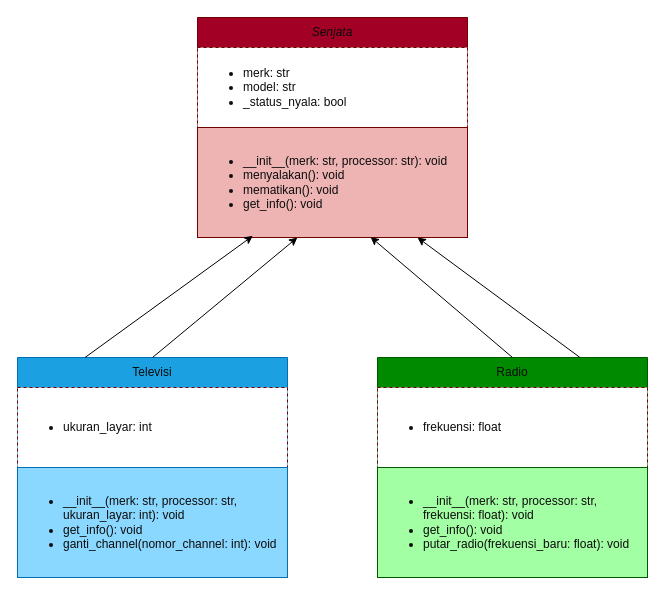
The draw.io diagram Jobsheet_6.drawio in ImNotDanish05/2025_PBO_TI-1A, before the edit. Source tidied: cells renumbered, new cells numbered last; positions are measured from the earlier drawing's top-left corner, leaving out a move shared by most shapes. Both pictures are drawn from the tidied source at 100%, with x=0, y=0 at pixel (17, 17).
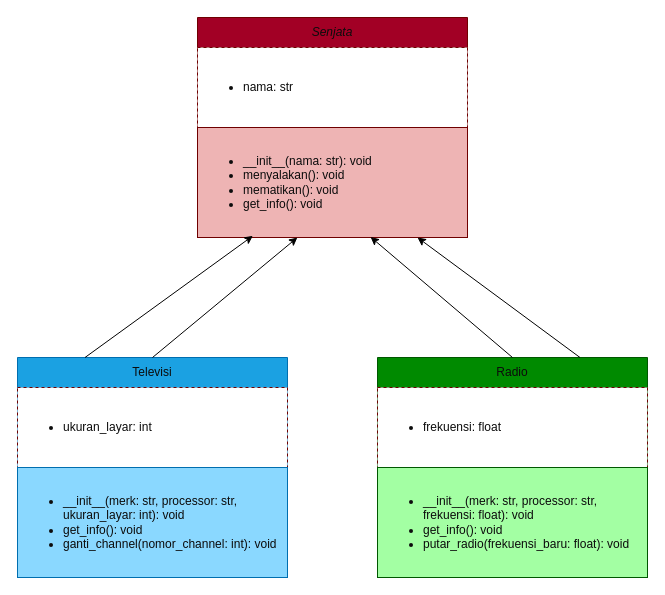
After the change.

The edit, as a diff of the source:
```diff
@@
 <mxGraphModel>
   <root>
     <mxCell id="0" />
     <mxCell id="1" parent="0" />
     <mxCell id="2" value="&lt;i&gt;Senjata&lt;/i&gt;" style="swimlane;fontStyle=0;horizontal=1;startSize=30;whiteSpace=wrap;html=1;fillColor=#a20025;fontColor=light-dark(#0C0C0C,#0C0C0C);strokeColor=#6F0000;" parent="1" vertex="1">
       <mxGeometry x="180" width="270" height="220" as="geometry" />
     </mxCell>
-    <mxCell id="3" value="&lt;ul&gt;&lt;li&gt;&lt;font style=&quot;&quot;&gt;merk: str&lt;/font&gt;&lt;/li&gt;&lt;li&gt;model: str&lt;/li&gt;&lt;li&gt;_status_nyala: bool&lt;/li&gt;&lt;/ul&gt;" style="text;strokeColor=#6F0000;fillColor=light-dark(#FFFFFF,#FFFFFF);align=left;verticalAlign=middle;spacingLeft=4;spacingRight=4;overflow=hidden;whiteSpace=wrap;html=1;fontColor=light-dark(#0C0C0C,#0C0C0C);fillStyle=auto;dashed=1;gradientColor=none;" parent="2" vertex="1">
+    <mxCell id="3" value="&lt;ul&gt;&lt;li&gt;nama: str&lt;/li&gt;&lt;/ul&gt;" style="text;strokeColor=#6F0000;fillColor=light-dark(#FFFFFF,#FFFFFF);align=left;verticalAlign=middle;spacingLeft=4;spacingRight=4;overflow=hidden;whiteSpace=wrap;html=1;fontColor=light-dark(#0C0C0C,#0C0C0C);fillStyle=auto;dashed=1;gradientColor=none;" parent="2" vertex="1">
       <mxGeometry y="30" width="270" height="80" as="geometry" />
     </mxCell>
-    <mxCell id="4" value="&lt;ul&gt;&lt;li&gt;__init__(merk: str, processor: str): void&lt;/li&gt;&lt;li&gt;menyalakan(): void&lt;/li&gt;&lt;li&gt;mematikan(): void&lt;/li&gt;&lt;li&gt;get_info(): void&lt;/li&gt;&lt;/ul&gt;" style="text;strokeColor=#6F0000;fillColor=light-dark(#EEB4B4,#EEB4B4);align=left;verticalAlign=middle;spacingLeft=4;spacingRight=4;overflow=hidden;points=[[0,0.5],[1,0.5]];portConstraint=eastwest;whiteSpace=wrap;html=1;fontColor=light-dark(#0C0C0C,#0C0C0C);" parent="2" vertex="1">
+    <mxCell id="4" value="&lt;ul&gt;&lt;li&gt;__init__(nama: str): void&lt;/li&gt;&lt;li&gt;menyalakan(): void&lt;/li&gt;&lt;li&gt;mematikan(): void&lt;/li&gt;&lt;li&gt;get_info(): void&lt;/li&gt;&lt;/ul&gt;" style="text;strokeColor=#6F0000;fillColor=light-dark(#EEB4B4,#EEB4B4);align=left;verticalAlign=middle;spacingLeft=4;spacingRight=4;overflow=hidden;points=[[0,0.5],[1,0.5]];portConstraint=eastwest;whiteSpace=wrap;html=1;fontColor=light-dark(#0C0C0C,#0C0C0C);" parent="2" vertex="1">
       <mxGeometry y="110" width="270" height="110" as="geometry" />
     </mxCell>
     <mxCell id="5" value="Televisi" style="swimlane;fontStyle=0;horizontal=1;startSize=30;whiteSpace=wrap;html=1;fillColor=#1ba1e2;fontColor=light-dark(#0C0C0C,#0C0C0C);strokeColor=#006EAF;" parent="1" vertex="1">
       <mxGeometry y="340" width="270" height="220" as="geometry" />
     </mxCell>
     <mxCell id="6" value="&lt;ul&gt;&lt;li&gt;ukuran_layar: int&lt;/li&gt;&lt;/ul&gt;" style="text;strokeColor=#6F0000;fillColor=light-dark(#FFFFFF,#FFFFFF);align=left;verticalAlign=middle;spacingLeft=4;spacingRight=4;overflow=hidden;whiteSpace=wrap;html=1;fontColor=light-dark(#0C0C0C,#0C0C0C);fillStyle=auto;dashed=1;gradientColor=none;" parent="5" vertex="1">
       <mxGeometry y="30" width="270" height="80" as="geometry" />
     </mxCell>
     <mxCell id="7" value="&lt;ul&gt;&lt;li&gt;__init__(merk: str, processor: str, ukuran_layar: int): void&lt;/li&gt;&lt;li&gt;get_info(): void&lt;/li&gt;&lt;li&gt;ganti_channel(nomor_channel: int): void&lt;br&gt;&lt;/li&gt;&lt;/ul&gt;" style="text;strokeColor=#006EAF;fillColor=light-dark(#8AD8FF,#8AD8FF);align=left;verticalAlign=middle;spacingLeft=4;spacingRight=4;overflow=hidden;whiteSpace=wrap;html=1;fontColor=light-dark(#0C0C0C,#0C0C0C);" parent="5" vertex="1">
       <mxGeometry y="110" width="270" height="110" as="geometry" />
     </mxCell>
     <mxCell id="8" value="Radio" style="swimlane;fontStyle=0;horizontal=1;startSize=30;whiteSpace=wrap;html=1;fillColor=#008a00;fontColor=light-dark(#0C0C0C,#0C0C0C);strokeColor=#005700;" parent="1" vertex="1">
       <mxGeometry x="360" y="340" width="270" height="220" as="geometry" />
     </mxCell>
     <mxCell id="9" value="&lt;ul&gt;&lt;li&gt;frekuensi: float&lt;/li&gt;&lt;/ul&gt;" style="text;strokeColor=#6F0000;fillColor=light-dark(#FFFFFF,#FFFFFF);align=left;verticalAlign=middle;spacingLeft=4;spacingRight=4;overflow=hidden;whiteSpace=wrap;html=1;fontColor=light-dark(#0C0C0C,#0C0C0C);fillStyle=auto;dashed=1;gradientColor=none;" parent="8" vertex="1">
       <mxGeometry y="30" width="270" height="80" as="geometry" />
     </mxCell>
     <mxCell id="10" value="&lt;ul&gt;&lt;li&gt;__init__(merk: str, processor: str, frekuensi: float): void&lt;/li&gt;&lt;li&gt;get_info(): void&lt;br&gt;&lt;/li&gt;&lt;li&gt;putar_radio(frekuensi_baru: float): void&lt;br&gt;&lt;/li&gt;&lt;/ul&gt;" style="text;strokeColor=#005700;fillColor=light-dark(#A3FFA3,#A3FFA3);align=left;verticalAlign=middle;spacingLeft=4;spacingRight=4;overflow=hidden;whiteSpace=wrap;html=1;fontColor=light-dark(#0C0C0C,#0C0C0C);" parent="8" vertex="1">
       <mxGeometry y="110" width="270" height="110" as="geometry" />
     </mxCell>
     <mxCell id="11" style="endArrow=classic;html=1;rounded=0;exitX=0.25;exitY=0;exitDx=0;exitDy=0;entryX=0.205;entryY=0.985;entryDx=0;entryDy=0;entryPerimeter=0;fontColor=light-dark(#0C0C0C,#0C0C0C);" parent="1" edge="1" source="5" target="4">
       <mxGeometry relative="1" as="geometry" />
     </mxCell>
     <mxCell id="12" style="endArrow=classic;html=1;rounded=0;exitX=0.5;exitY=0;exitDx=0;exitDy=0;entryX=0.37;entryY=1;entryDx=0;entryDy=0;entryPerimeter=0;fontColor=light-dark(#0C0C0C,#0C0C0C);" parent="1" edge="1" source="5" target="4">
       <mxGeometry relative="1" as="geometry" />
     </mxCell>
     <mxCell id="13" style="endArrow=classic;html=1;rounded=0;exitX=0.5;exitY=0;exitDx=0;exitDy=0;entryX=0.641;entryY=0.995;entryDx=0;entryDy=0;entryPerimeter=0;fontColor=light-dark(#0C0C0C,#0C0C0C);" parent="1" edge="1" source="8" target="4">
       <mxGeometry relative="1" as="geometry" />
     </mxCell>
     <mxCell id="14" style="endArrow=classic;html=1;rounded=0;exitX=0.75;exitY=0;exitDx=0;exitDy=0;fontColor=light-dark(#0C0C0C,#0C0C0C);" parent="1" edge="1" source="8">
       <mxGeometry relative="1" as="geometry">
         <mxPoint x="400" y="220" as="targetPoint" />
       </mxGeometry>
     </mxCell>
   </root>
 </mxGraphModel>
```
